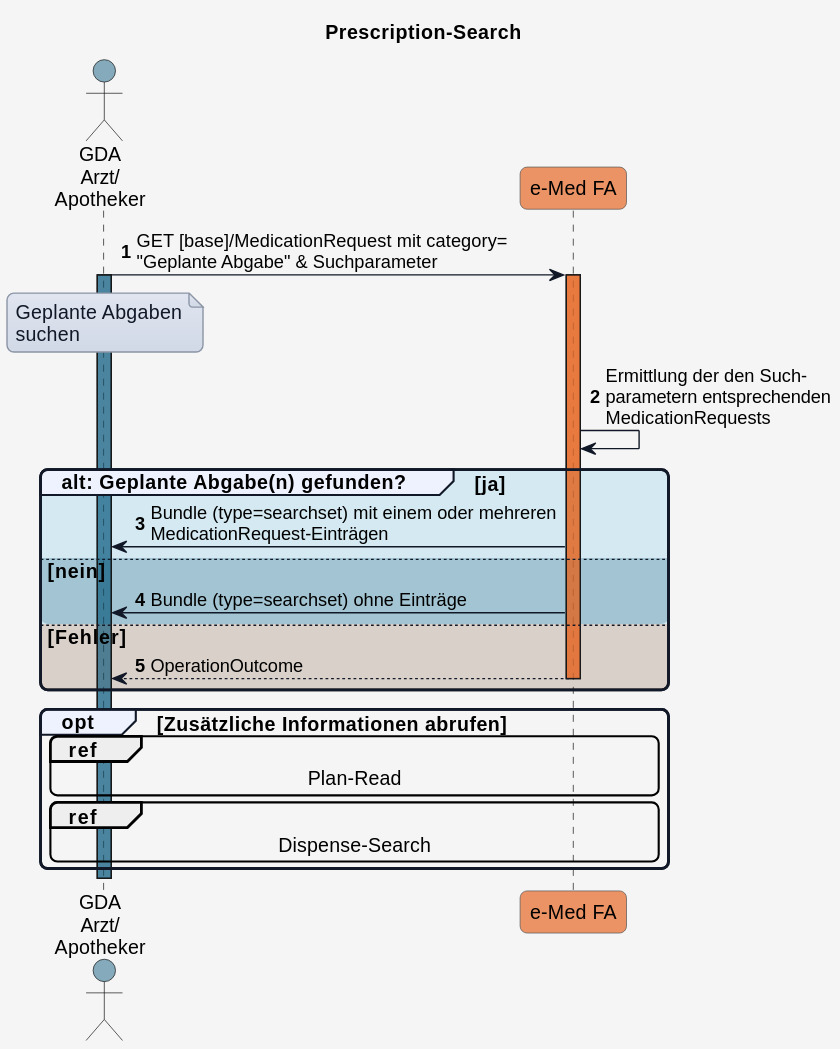
Above: r4-ELGA-e-Medikation-main/en/plantuml/UC_eMed_03_01.svg in HL7Austria/hl7austria.github.io (PlantUML), before the change.
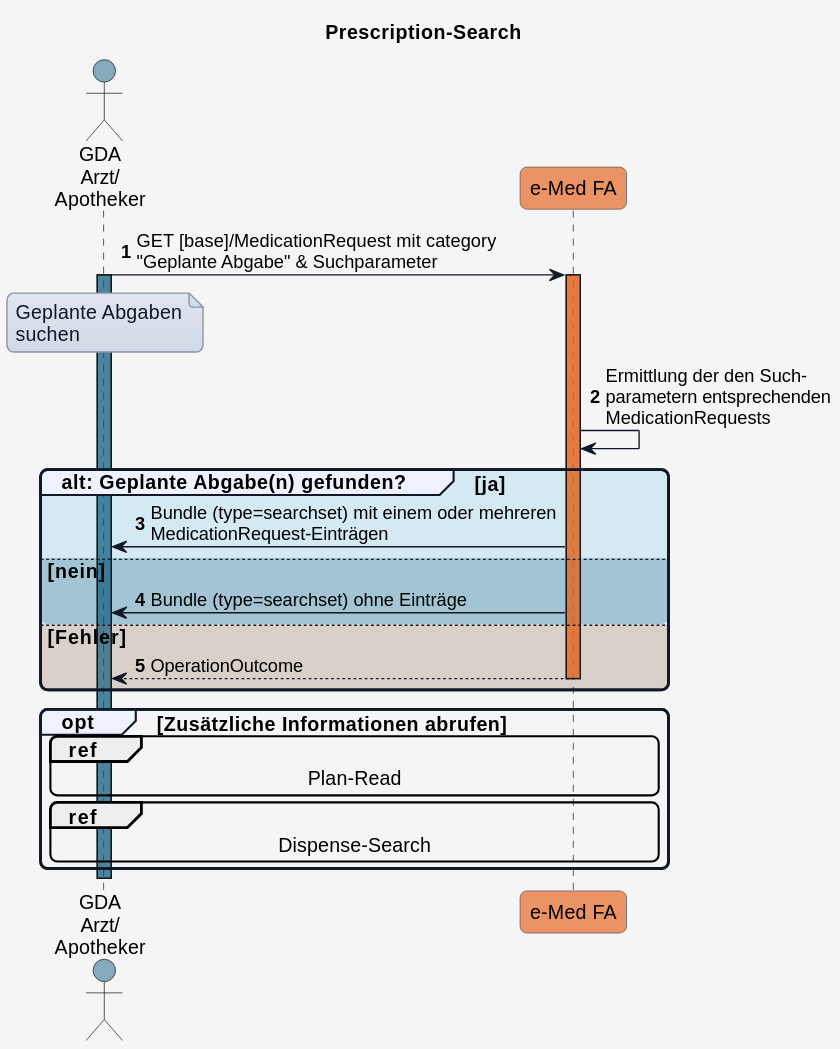
Later version of the same file.

Diff of the diagram source:
```diff
@@ -54,7 +54,7 @@
 
 autonumber
 
-GDA_1 -> eMed_FA: GET [base]/MedicationRequest mit category=\n"Geplante Abgabe" & Suchparameter
+GDA_1 -> eMed_FA: GET [base]/MedicationRequest mit category\n"Geplante Abgabe" & Suchparameter
 activate GDA_1 COLOR_GDA_1
 activate eMed_FA COLOR_EMED_FA
 
```
